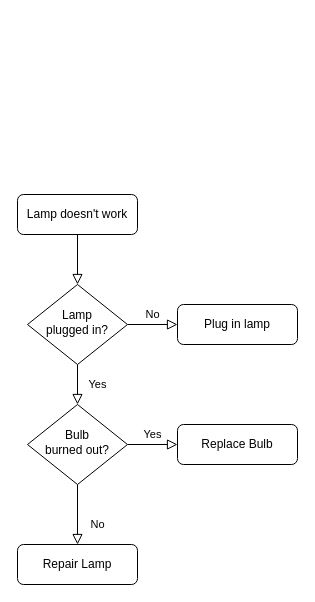
Before: Untitled Diagram.drawio in leeywin/Yin, a draw.io diagram. Source tidied: cells renumbered, new cells numbered last; positions are measured from the earlier drawing's top-left corner, leaving out a move shared by most shapes. Both pictures are drawn from the tidied source at 100%, with x=0, y=0 at pixel (17, 194).
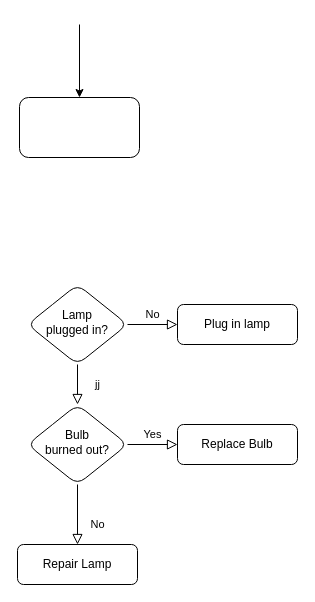
After the change.

Diff of the diagram source:
```diff
@@
 <mxGraphModel>
   <root>
     <mxCell id="0" />
     <mxCell id="1" parent="0" />
-    <mxCell id="2" style="rounded=0;html=1;jettySize=auto;fontSize=11;endArrow=block;endFill=0;endSize=8;strokeWidth=1;shadow=0;labelBackgroundColor=none;edgeStyle=orthogonalEdgeStyle;" parent="1" edge="1" source="3" target="6">
-      <mxGeometry relative="1" as="geometry" />
-    </mxCell>
-    <mxCell id="3" value="Lamp doesn't work" style="rounded=1;whiteSpace=wrap;html=1;fontSize=12;glass=0;strokeWidth=1;shadow=0;" parent="1" vertex="1">
-      <mxGeometry width="120" height="40" as="geometry" />
-    </mxCell>
-    <mxCell id="4" value="Yes" style="rounded=0;html=1;jettySize=auto;fontSize=11;endArrow=block;endFill=0;endSize=8;strokeWidth=1;shadow=0;labelBackgroundColor=none;edgeStyle=orthogonalEdgeStyle;" parent="1" edge="1" source="6" target="10">
+    <mxCell id="4" value="jj" style="html=1;jettySize=auto;fontSize=11;endArrow=block;endFill=0;endSize=8;strokeWidth=1;shadow=0;labelBackgroundColor=none;edgeStyle=orthogonalEdgeStyle;" parent="1" edge="1" source="6" target="10">
       <mxGeometry y="20" relative="1" as="geometry" />
     </mxCell>
-    <mxCell id="5" value="No" style="edgeStyle=orthogonalEdgeStyle;rounded=0;html=1;jettySize=auto;fontSize=11;endArrow=block;endFill=0;endSize=8;strokeWidth=1;shadow=0;labelBackgroundColor=none;" parent="1" edge="1" source="6" target="7">
+    <mxCell id="5" value="No" style="edgeStyle=orthogonalEdgeStyle;html=1;jettySize=auto;fontSize=11;endArrow=block;endFill=0;endSize=8;strokeWidth=1;shadow=0;labelBackgroundColor=none;" parent="1" edge="1" source="6" target="7">
       <mxGeometry y="10" relative="1" as="geometry" />
     </mxCell>
-    <mxCell id="6" value="Lamp&lt;br&gt;plugged in?" style="rhombus;whiteSpace=wrap;html=1;shadow=0;fontFamily=Helvetica;fontSize=12;align=center;strokeWidth=1;spacing=6;spacingTop=-4;" parent="1" vertex="1">
+    <mxCell id="6" value="Lamp&lt;br&gt;plugged in?" style="rhombus;whiteSpace=wrap;html=1;shadow=0;fontFamily=Helvetica;fontSize=12;align=center;strokeWidth=1;spacing=6;spacingTop=-4;rounded=1;" parent="1" vertex="1">
       <mxGeometry x="10" y="90" width="100" height="80" as="geometry" />
     </mxCell>
-    <mxCell id="7" value="Plug in lamp" style="rounded=1;whiteSpace=wrap;html=1;fontSize=12;glass=0;strokeWidth=1;shadow=0;" parent="1" vertex="1">
+    <mxCell id="7" value="Plug in lamp" style="whiteSpace=wrap;html=1;fontSize=12;glass=0;strokeWidth=1;shadow=0;rounded=1;" parent="1" vertex="1">
       <mxGeometry x="160" y="110" width="120" height="40" as="geometry" />
     </mxCell>
-    <mxCell id="8" value="No" style="rounded=0;html=1;jettySize=auto;fontSize=11;endArrow=block;endFill=0;endSize=8;strokeWidth=1;shadow=0;labelBackgroundColor=none;edgeStyle=orthogonalEdgeStyle;" parent="1" edge="1" source="10" target="11">
+    <mxCell id="8" value="No" style="html=1;jettySize=auto;fontSize=11;endArrow=block;endFill=0;endSize=8;strokeWidth=1;shadow=0;labelBackgroundColor=none;edgeStyle=orthogonalEdgeStyle;" parent="1" edge="1" source="10" target="11">
       <mxGeometry x="0.33" y="20" relative="1" as="geometry" />
     </mxCell>
-    <mxCell id="9" value="Yes" style="edgeStyle=orthogonalEdgeStyle;rounded=0;html=1;jettySize=auto;fontSize=11;endArrow=block;endFill=0;endSize=8;strokeWidth=1;shadow=0;labelBackgroundColor=none;" parent="1" edge="1" source="10" target="12">
+    <mxCell id="9" value="Yes" style="edgeStyle=orthogonalEdgeStyle;html=1;jettySize=auto;fontSize=11;endArrow=block;endFill=0;endSize=8;strokeWidth=1;shadow=0;labelBackgroundColor=none;" parent="1" edge="1" source="10" target="12">
       <mxGeometry y="10" relative="1" as="geometry" />
     </mxCell>
-    <mxCell id="10" value="Bulb&lt;br&gt;burned out?" style="rhombus;whiteSpace=wrap;html=1;shadow=0;fontFamily=Helvetica;fontSize=12;align=center;strokeWidth=1;spacing=6;spacingTop=-4;" parent="1" vertex="1">
+    <mxCell id="10" value="Bulb&lt;br&gt;burned out?" style="rhombus;whiteSpace=wrap;html=1;shadow=0;fontFamily=Helvetica;fontSize=12;align=center;strokeWidth=1;spacing=6;spacingTop=-4;rounded=1;" parent="1" vertex="1">
       <mxGeometry x="10" y="210" width="100" height="80" as="geometry" />
     </mxCell>
-    <mxCell id="11" value="Repair Lamp" style="rounded=1;whiteSpace=wrap;html=1;fontSize=12;glass=0;strokeWidth=1;shadow=0;" parent="1" vertex="1">
+    <mxCell id="11" value="Repair Lamp" style="whiteSpace=wrap;html=1;fontSize=12;glass=0;strokeWidth=1;shadow=0;rounded=1;" parent="1" vertex="1">
       <mxGeometry y="350" width="120" height="40" as="geometry" />
     </mxCell>
-    <mxCell id="12" value="Replace Bulb" style="rounded=1;whiteSpace=wrap;html=1;fontSize=12;glass=0;strokeWidth=1;shadow=0;" parent="1" vertex="1">
+    <mxCell id="12" value="Replace Bulb" style="whiteSpace=wrap;html=1;fontSize=12;glass=0;strokeWidth=1;shadow=0;rounded=1;" parent="1" vertex="1">
       <mxGeometry x="160" y="230" width="120" height="40" as="geometry" />
     </mxCell>
+    <mxCell id="13" style="rounded=1;whiteSpace=wrap;html=1;" parent="1" vertex="1">
+      <mxGeometry x="2" y="-97" width="120" height="60" as="geometry" />
+    </mxCell>
+    <mxCell id="14" style="endArrow=classic;html=1;exitX=0.5;exitY=1;exitDx=0;exitDy=0;entryX=0.5;entryY=0;entryDx=0;entryDy=0;" parent="1" edge="1" target="13">
+      <mxGeometry relative="1" as="geometry">
+        <mxPoint x="62" y="-170" as="sourcePoint" />
+      </mxGeometry>
+    </mxCell>
   </root>
 </mxGraphModel>
```
